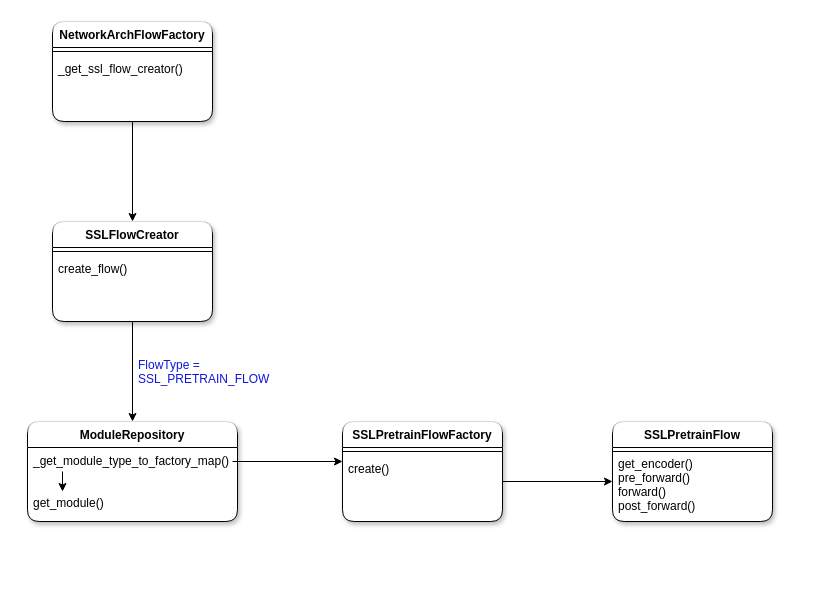
Earlier version of the draw.io diagram Untitled Diagram.drawio (victoriamazo/victoriamazo.github.io). Source tidied: cells renumbered, new cells numbered last; positions are measured from the earlier drawing's top-left corner, leaving out a move shared by most shapes. Both pictures are drawn from the tidied source at 100%, with x=0, y=0 at pixel (27, 21).
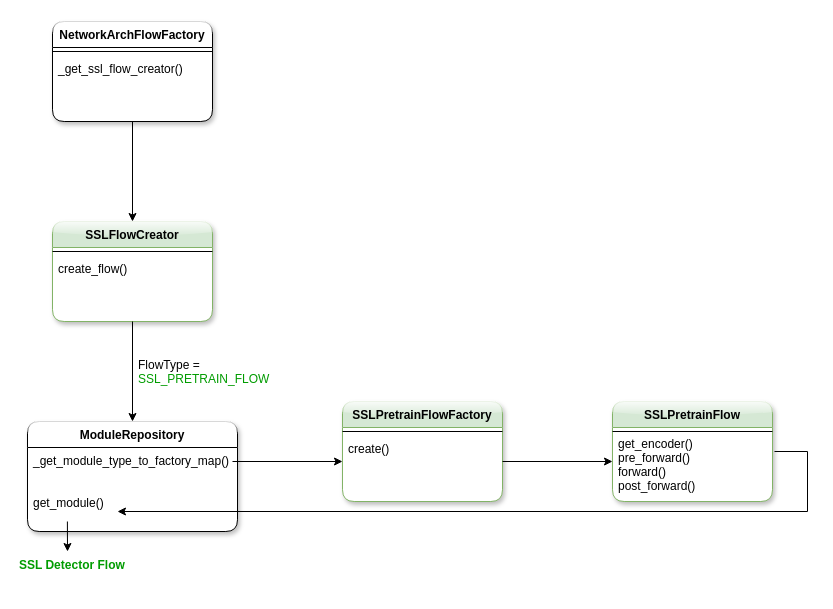
The same page after the edit.

Unchanged cells that the change refers to:
```xml
<mxCell id="18" value="create()" style="text;align=left;verticalAlign=top;spacingLeft=4;spacingRight=4;overflow=hidden;points=[[0,0.5],[1,0.5]];portConstraint=eastwest;" parent="16" vertex="1">
  <mxGeometry y="34" width="160" height="26" as="geometry" />
</mxCell>
```

Diff of the diagram source:
```diff
@@
-    <mxCell id="2" value="SSLFlowCreator" style="swimlane;fontStyle=1;align=center;verticalAlign=top;horizontal=1;startSize=26;rounded=1;shadow=1;strokeWidth=1;swimlaneFillColor=default;glass=1;" parent="1" vertex="1">
+    <mxCell id="2" value="SSLFlowCreator" style="swimlane;fontStyle=1;align=center;verticalAlign=top;horizontal=1;startSize=26;rounded=1;shadow=1;strokeWidth=1;swimlaneFillColor=default;glass=1;fillColor=#d5e8d4;strokeColor=#82b366;" parent="1" vertex="1">
       <mxGeometry x="25" y="200" width="160" height="100" as="geometry" />
     </mxCell>
@@
     <mxCell id="5" value="ModuleRepository" style="swimlane;fontStyle=1;align=center;verticalAlign=top;horizontal=1;startSize=26;rounded=1;shadow=1;strokeWidth=1;swimlaneFillColor=default;glass=1;" parent="1" vertex="1">
-      <mxGeometry y="400" width="210" height="100" as="geometry" />
+      <mxGeometry y="400" width="210" height="110" as="geometry" />
     </mxCell>
-    <mxCell id="6" style="endArrow=classic;html=1;rounded=0;fontColor=#0f16d7;" parent="5" edge="1">
-      <mxGeometry relative="1" as="geometry">
-        <mxPoint x="35" y="50" as="sourcePoint" />
-        <mxPoint x="35" y="70" as="targetPoint" />
-        <Array as="points">
-          <mxPoint x="35" y="70" />
-        </Array>
-      </mxGeometry>
-    </mxCell>
@@
-    <mxCell id="8" value="&lt;font color=&quot;#0f16d7&quot;&gt;FlowType = SSL_PRETRAIN_FLOW&lt;/font&gt;" style="text;whiteSpace=wrap;html=1;" parent="1" vertex="1">
+    <mxCell id="8" value="FlowType = &lt;font color=&quot;#009c00&quot;&gt;SSL_PRETRAIN_FLOW&lt;/font&gt;" style="text;whiteSpace=wrap;html=1;" parent="1" vertex="1">
       <mxGeometry x="109" y="330" width="160" height="40" as="geometry" />
     </mxCell>
@@
-    <mxCell id="14" value="SSLPretrainFlow" style="swimlane;fontStyle=1;align=center;verticalAlign=top;horizontal=1;startSize=26;rounded=1;shadow=1;strokeWidth=1;swimlaneFillColor=default;glass=1;" parent="1" vertex="1">
-      <mxGeometry x="585" y="400" width="160" height="100" as="geometry" />
+    <mxCell id="14" value="SSLPretrainFlow" style="swimlane;fontStyle=1;align=center;verticalAlign=top;horizontal=1;startSize=26;rounded=1;shadow=1;strokeWidth=1;swimlaneFillColor=default;glass=1;fillColor=#d5e8d4;strokeColor=#82b366;" parent="1" vertex="1">
+      <mxGeometry x="585" y="380" width="160" height="100" as="geometry" />
     </mxCell>
@@
-    <mxCell id="16" value="SSLPretrainFlowFactory" style="swimlane;fontStyle=1;align=center;verticalAlign=top;horizontal=1;startSize=26;rounded=1;shadow=1;strokeWidth=1;swimlaneFillColor=default;glass=1;" parent="1" vertex="1">
-      <mxGeometry x="315" y="400" width="160" height="100" as="geometry" />
+    <mxCell id="16" value="SSLPretrainFlowFactory" style="swimlane;fontStyle=1;align=center;verticalAlign=top;horizontal=1;startSize=26;rounded=1;shadow=1;strokeWidth=1;swimlaneFillColor=default;glass=1;fillColor=#d5e8d4;strokeColor=#82b366;" parent="1" vertex="1">
+      <mxGeometry x="315" y="380" width="160" height="100" as="geometry" />
     </mxCell>
@@
     <mxCell id="19" style="endArrow=classic;html=1;rounded=0;exitX=1;exitY=1;exitDx=0;exitDy=0;exitPerimeter=0;" parent="1" edge="1" source="18">
       <mxGeometry x="-1" y="-166" relative="1" as="geometry">
-        <mxPoint x="585" y="460" as="targetPoint" />
+        <mxPoint x="585" y="440" as="targetPoint" />
         <mxPoint x="26" y="-90" as="offset" />
       </mxGeometry>
     </mxCell>
@@
     <mxCell id="21" value="get_encoder()&#10;pre_forward()&#10;forward()&#10;post_forward()" style="text;align=left;verticalAlign=top;spacingLeft=4;spacingRight=4;overflow=hidden;" parent="1" vertex="1">
-      <mxGeometry x="585" y="429" width="160" height="66" as="geometry" />
+      <mxGeometry x="585" y="409" width="160" height="66" as="geometry" />
     </mxCell>
+    <mxCell id="22" style="endArrow=classic;html=1;rounded=0;fontColor=#0f16d7;exitX=0.19;exitY=1;exitDx=0;exitDy=0;exitPerimeter=0;" parent="1" edge="1">
+      <mxGeometry relative="1" as="geometry">
+        <mxPoint x="39.9" y="500" as="sourcePoint" />
+        <mxPoint x="40" y="530" as="targetPoint" />
+        <Array as="points">
+          <mxPoint x="40" y="530" />
+        </Array>
+      </mxGeometry>
+    </mxCell>
+    <mxCell id="23" value="&lt;b style=&quot;&quot;&gt;&lt;font color=&quot;#009c00&quot;&gt;SSL Detector Flow&lt;/font&gt;&lt;/b&gt;" style="text;whiteSpace=wrap;html=1;" parent="1" vertex="1">
+      <mxGeometry x="-10" y="530" width="160" height="40" as="geometry" />
+    </mxCell>
+    <mxCell id="24" style="endArrow=classic;html=1;rounded=0;fontColor=#0f16d7;" parent="1" edge="1">
+      <mxGeometry relative="1" as="geometry">
+        <mxPoint x="747" y="430" as="sourcePoint" />
+        <mxPoint x="90" y="490" as="targetPoint" />
+        <Array as="points">
+          <mxPoint x="780" y="430" />
+          <mxPoint x="780" y="490" />
+        </Array>
+      </mxGeometry>
+    </mxCell>
```
